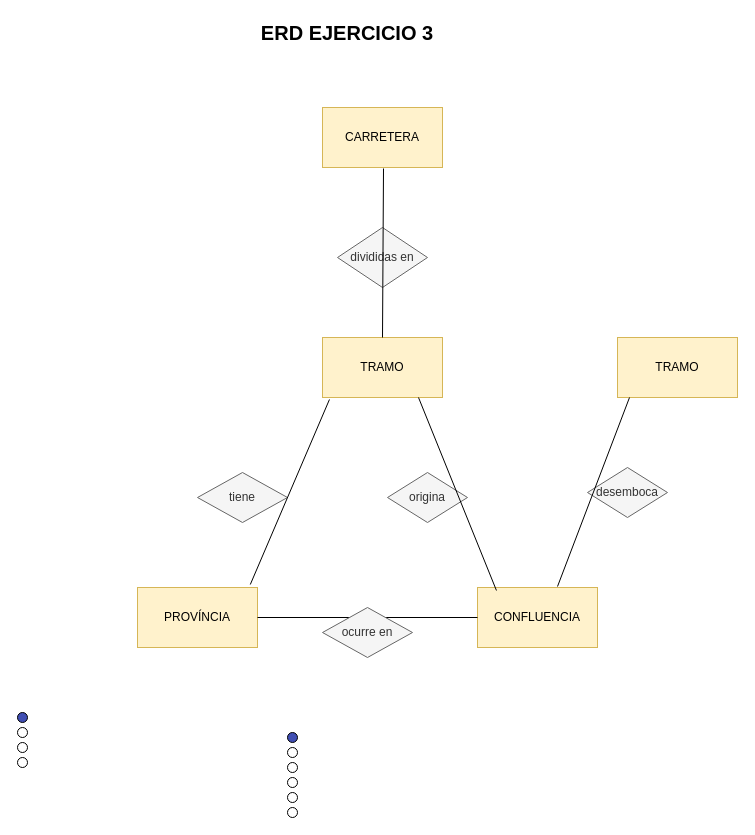
Above: Creación ERD/ERD ejercicio 3.drawio in mocihu-source/CIFO-laVioleta-SQL-BBDD (draw.io), before the change. Source tidied: cells renumbered, new cells numbered last; positions are measured from the earlier drawing's top-left corner, leaving out a move shared by most shapes. Both pictures are drawn from the tidied source at 100%, with x=0, y=0 at pixel (17, 17).
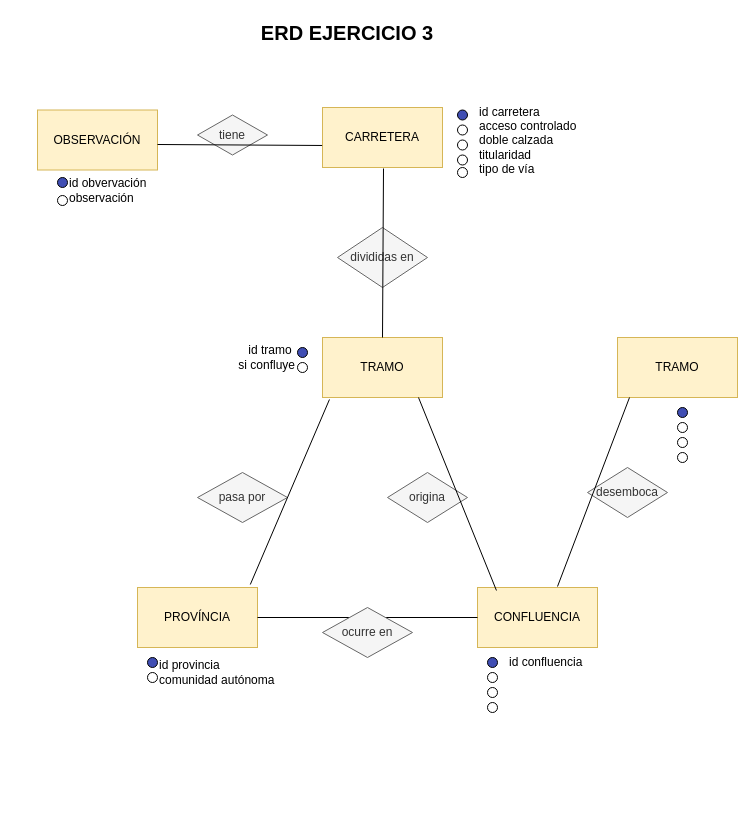
After the change.

The change refers to these unchanged cells:
```xml
<mxCell id="7" value="CARRETERA" style="rounded=0;whiteSpace=wrap;html=1;fillColor=#fff2cc;strokeColor=#d6b656;" parent="1" vertex="1">
  <mxGeometry x="305" y="90" width="120" height="60" as="geometry" />
</mxCell>
```

What changed in the source:
```diff
@@
     <mxCell id="8" style="ellipse;whiteSpace=wrap;html=1;shapeInside=1;fontColor=#404EB3;labelBorderColor=none;fillColor=#404EB3;" parent="1" vertex="1">
-      <mxGeometry x="270" y="715" width="10" height="10" as="geometry" />
+      <mxGeometry x="130" y="640" width="10" height="10" as="geometry" />
     </mxCell>
     <mxCell id="9" style="ellipse;whiteSpace=wrap;html=1;shapeInside=1;" parent="1" vertex="1">
-      <mxGeometry x="270" y="730" width="10" height="10" as="geometry" />
+      <mxGeometry x="130" y="655" width="10" height="10" as="geometry" />
     </mxCell>
     <mxCell id="10" style="ellipse;whiteSpace=wrap;html=1;shapeInside=1;fillColor=#404EB3;" parent="1" vertex="1">
-      <mxGeometry y="695" width="10" height="10" as="geometry" />
+      <mxGeometry x="440" y="92.5" width="10" height="10" as="geometry" />
     </mxCell>
     <mxCell id="11" style="ellipse;whiteSpace=wrap;html=1;shapeInside=1;" parent="1" vertex="1">
-      <mxGeometry y="725" width="10" height="10" as="geometry" />
+      <mxGeometry x="440" y="122.5" width="10" height="10" as="geometry" />
     </mxCell>
     <mxCell id="12" style="ellipse;whiteSpace=wrap;html=1;shapeInside=1;" parent="1" vertex="1">
-      <mxGeometry y="740" width="10" height="10" as="geometry" />
+      <mxGeometry x="440" y="137.5" width="10" height="10" as="geometry" />
     </mxCell>
-    <mxCell id="13" style="ellipse;whiteSpace=wrap;html=1;shapeInside=1;" parent="1" vertex="1">
-      <mxGeometry x="270" y="745" width="10" height="10" as="geometry" />
-    </mxCell>
     <mxCell id="14" style="ellipse;whiteSpace=wrap;html=1;shapeInside=1;" parent="1" vertex="1">
-      <mxGeometry y="710" width="10" height="10" as="geometry" />
+      <mxGeometry x="440" y="107.5" width="10" height="10" as="geometry" />
     </mxCell>
-    <mxCell id="15" style="ellipse;whiteSpace=wrap;html=1;shapeInside=1;" parent="1" vertex="1">
-      <mxGeometry x="270" y="760" width="10" height="10" as="geometry" />
-    </mxCell>
-    <mxCell id="16" style="ellipse;whiteSpace=wrap;html=1;shapeInside=1;" parent="1" vertex="1">
-      <mxGeometry x="270" y="775" width="10" height="10" as="geometry" />
-    </mxCell>
-    <mxCell id="17" style="ellipse;whiteSpace=wrap;html=1;shapeInside=1;" parent="1" vertex="1">
-      <mxGeometry x="270" y="790" width="10" height="10" as="geometry" />
-    </mxCell>
@@
-    <mxCell id="19" value="tiene" style="rhombus;whiteSpace=wrap;html=1;shapeInside=1;fillColor=#f5f5f5;fontColor=#333333;strokeColor=#666666;" parent="1" vertex="1">
+    <mxCell id="19" value="pasa por" style="rhombus;whiteSpace=wrap;html=1;shapeInside=1;fillColor=#f5f5f5;fontColor=#333333;strokeColor=#666666;" parent="1" vertex="1">
       <mxGeometry x="180" y="455" width="90" height="50" as="geometry" />
     </mxCell>
@@
+    <mxCell id="29" style="ellipse;whiteSpace=wrap;html=1;shapeInside=1;fillColor=#404EB3;" parent="1" vertex="1">
+      <mxGeometry x="660" y="390" width="10" height="10" as="geometry" />
+    </mxCell>
+    <mxCell id="30" style="ellipse;whiteSpace=wrap;html=1;shapeInside=1;" parent="1" vertex="1">
+      <mxGeometry x="660" y="420" width="10" height="10" as="geometry" />
+    </mxCell>
+    <mxCell id="31" style="ellipse;whiteSpace=wrap;html=1;shapeInside=1;" parent="1" vertex="1">
+      <mxGeometry x="660" y="435" width="10" height="10" as="geometry" />
+    </mxCell>
+    <mxCell id="32" style="ellipse;whiteSpace=wrap;html=1;shapeInside=1;" parent="1" vertex="1">
+      <mxGeometry x="660" y="405" width="10" height="10" as="geometry" />
+    </mxCell>
+    <mxCell id="33" style="ellipse;whiteSpace=wrap;html=1;shapeInside=1;fillColor=#404EB3;" parent="1" vertex="1">
+      <mxGeometry x="470" y="640" width="10" height="10" as="geometry" />
+    </mxCell>
+    <mxCell id="34" style="ellipse;whiteSpace=wrap;html=1;shapeInside=1;" parent="1" vertex="1">
+      <mxGeometry x="470" y="670" width="10" height="10" as="geometry" />
+    </mxCell>
+    <mxCell id="35" style="ellipse;whiteSpace=wrap;html=1;shapeInside=1;" parent="1" vertex="1">
+      <mxGeometry x="470" y="685" width="10" height="10" as="geometry" />
+    </mxCell>
+    <mxCell id="36" style="ellipse;whiteSpace=wrap;html=1;shapeInside=1;" parent="1" vertex="1">
+      <mxGeometry x="470" y="655" width="10" height="10" as="geometry" />
+    </mxCell>
+    <mxCell id="37" value="id carretera&lt;div&gt;acceso controlado&lt;/div&gt;&lt;div&gt;doble calzada&amp;nbsp;&lt;/div&gt;&lt;div&gt;titularidad&amp;nbsp;&lt;/div&gt;&lt;div&gt;tipo de vía&lt;/div&gt;" style="text;html=1;whiteSpace=wrap;strokeColor=none;fillColor=none;align=left;verticalAlign=middle;rounded=0;" parent="1" vertex="1">
+      <mxGeometry x="460" y="84.1" width="160" height="76.9" as="geometry" />
+    </mxCell>
+    <mxCell id="38" style="ellipse;whiteSpace=wrap;html=1;shapeInside=1;fillColor=#404EB3;" parent="1" vertex="1">
+      <mxGeometry x="280" y="330" width="10" height="10" as="geometry" />
+    </mxCell>
+    <mxCell id="39" style="ellipse;whiteSpace=wrap;html=1;shapeInside=1;" parent="1" vertex="1">
+      <mxGeometry x="280" y="345" width="10" height="10" as="geometry" />
+    </mxCell>
+    <mxCell id="40" value="&lt;div style=&quot;&quot;&gt;&lt;span style=&quot;background-color: transparent; color: light-dark(#000000, var(--ge-light-color, #ffffff));&quot;&gt;id tramo&amp;nbsp;&lt;/span&gt;&lt;/div&gt;&lt;div style=&quot;&quot;&gt;si confluye&lt;/div&gt;" style="text;html=1;whiteSpace=wrap;strokeColor=none;fillColor=none;align=right;verticalAlign=middle;rounded=0;" parent="1" vertex="1">
+      <mxGeometry x="120" y="325" width="160" height="30" as="geometry" />
+    </mxCell>
+    <mxCell id="41" value="id provincia&lt;div&gt;comunidad autónoma&lt;/div&gt;" style="text;html=1;whiteSpace=wrap;strokeColor=none;fillColor=none;align=left;verticalAlign=middle;rounded=0;" parent="1" vertex="1">
+      <mxGeometry x="140" y="640" width="130" height="30" as="geometry" />
+    </mxCell>
+    <mxCell id="42" value="id confluencia" style="text;html=1;whiteSpace=wrap;strokeColor=none;fillColor=none;align=left;verticalAlign=middle;rounded=0;" parent="1" vertex="1">
+      <mxGeometry x="490" y="630" width="160" height="30" as="geometry" />
+    </mxCell>
+    <mxCell id="43" value="OBSERVACIÓN" style="rounded=0;whiteSpace=wrap;html=1;fillColor=#fff2cc;strokeColor=#d6b656;" parent="1" vertex="1">
+      <mxGeometry x="20" y="92.5" width="120" height="60" as="geometry" />
+    </mxCell>
+    <mxCell id="44" value="tiene" style="rhombus;whiteSpace=wrap;html=1;shapeInside=1;fillColor=#f5f5f5;fontColor=#333333;strokeColor=#666666;" parent="1" vertex="1">
+      <mxGeometry x="180" y="97.5" width="70" height="40" as="geometry" />
+    </mxCell>
+    <mxCell id="45" style="endArrow=none;html=1;rounded=0;defaultLabelBackgroundColor=page;entryX=-0.003;entryY=0.633;entryDx=0;entryDy=0;exitX=1;exitY=0.5;exitDx=0;exitDy=0;entryPerimeter=0;" parent="1" edge="1" target="7">
+      <mxGeometry relative="1" as="geometry">
+        <mxPoint x="140" y="127" as="sourcePoint" />
+      </mxGeometry>
+    </mxCell>
+    <mxCell id="46" style="ellipse;whiteSpace=wrap;html=1;shapeInside=1;fillColor=#404EB3;" parent="1" vertex="1">
+      <mxGeometry x="40" y="160" width="10" height="10" as="geometry" />
+    </mxCell>
+    <mxCell id="47" style="ellipse;whiteSpace=wrap;html=1;shapeInside=1;" parent="1" vertex="1">
+      <mxGeometry x="40" y="178" width="10" height="10" as="geometry" />
+    </mxCell>
+    <mxCell id="48" value="id obvervación&amp;nbsp;&lt;div&gt;observación&lt;/div&gt;" style="text;html=1;whiteSpace=wrap;strokeColor=none;fillColor=none;align=left;verticalAlign=middle;rounded=0;" parent="1" vertex="1">
+      <mxGeometry x="50" y="158" width="150" height="30" as="geometry" />
+    </mxCell>
+    <mxCell id="49" style="ellipse;whiteSpace=wrap;html=1;shapeInside=1;" parent="1" vertex="1">
+      <mxGeometry x="440" y="150" width="10" height="10" as="geometry" />
+    </mxCell>
```
